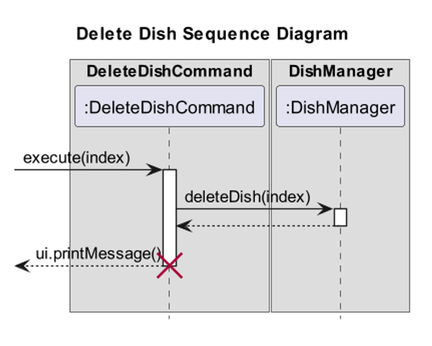
This is docs/uml/images/DeleteDishCommandSequenceDiagram.png from nus-cs2113-AY2223S2/tp, a PlantUML export, as it was before one commit. Its source is kept beside it as docs/uml/DeleteDishCommandSequenceDiagram.puml.
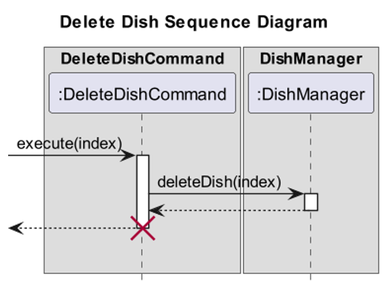
After the change.

Commit message:
Update Dish Sequence diagrams in DG

What changed in the source:
```diff
@@ -15,7 +15,7 @@
 DeleteDishCommand -> DishManager ++ : deleteDish(index)
 DeleteDishCommand <-- DishManager
 deactivate
-<-- DeleteDishCommand: ui.printMessage()
+<-- DeleteDishCommand:
 
 destroy DeleteDishCommand
 |||
```
